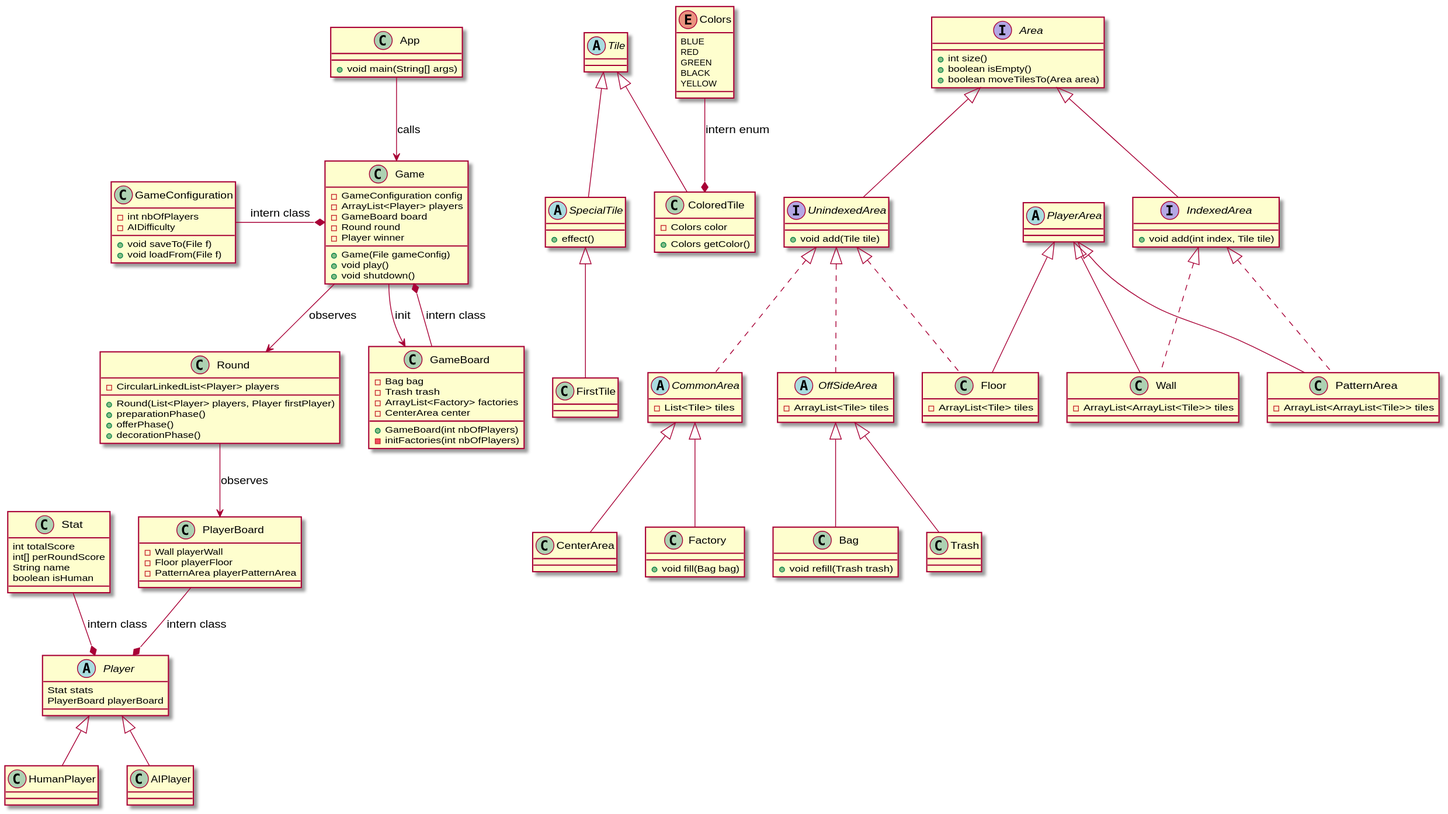
This is proj.svg from nsouff/Azul, a PlantUML export, as it was before one commit.
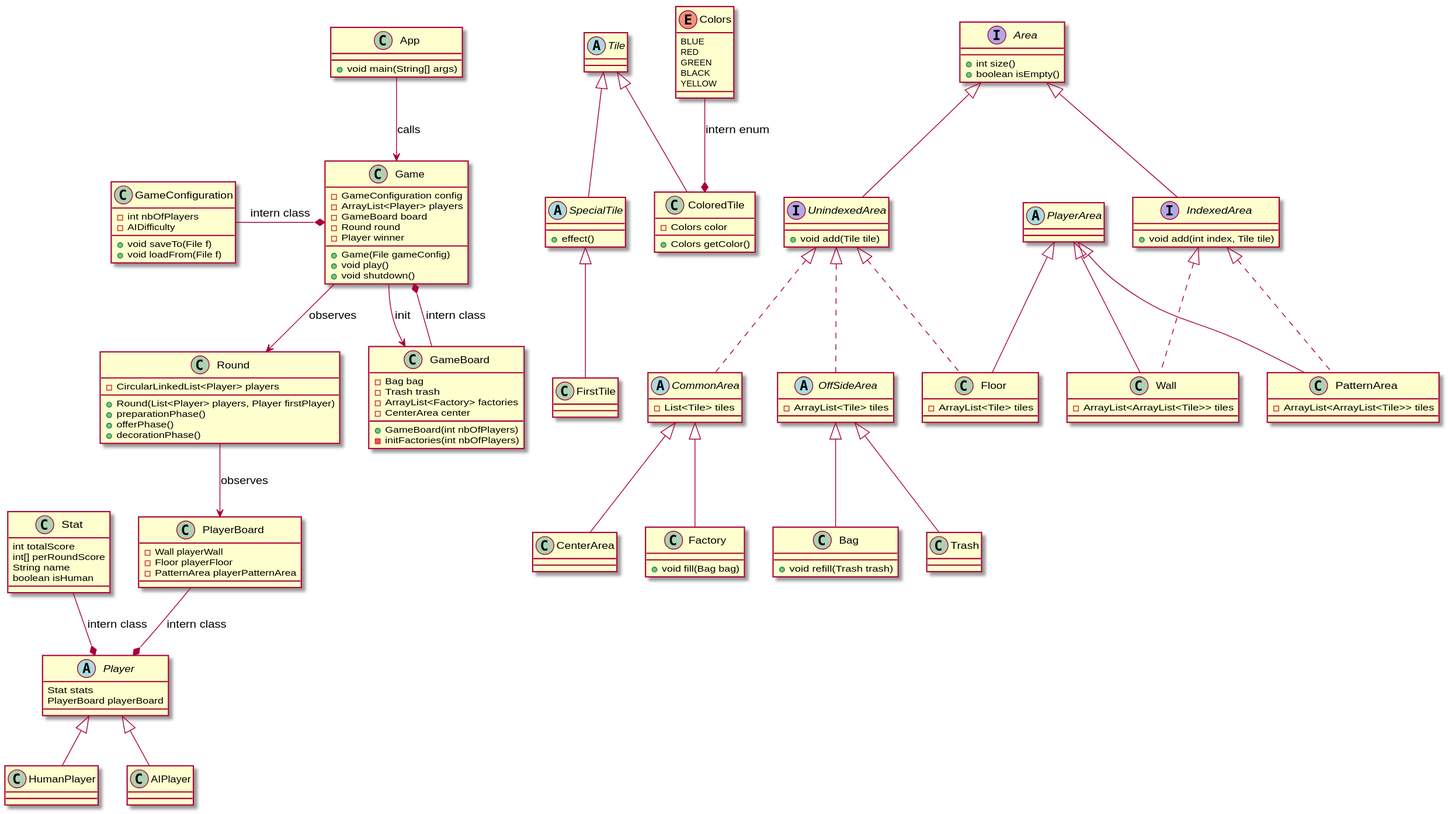
Later version of the same file.

Commit message:
Delete moveTilesTo() in diagram

Change to the diagram source:
```diff
@@ -31,7 +31,6 @@
 interface Area {
 	+int size()
 	+boolean isEmpty()
-	+boolean moveTilesTo(Area area)
 }
 Area <|-- UnindexedArea
 interface UnindexedArea {
```
